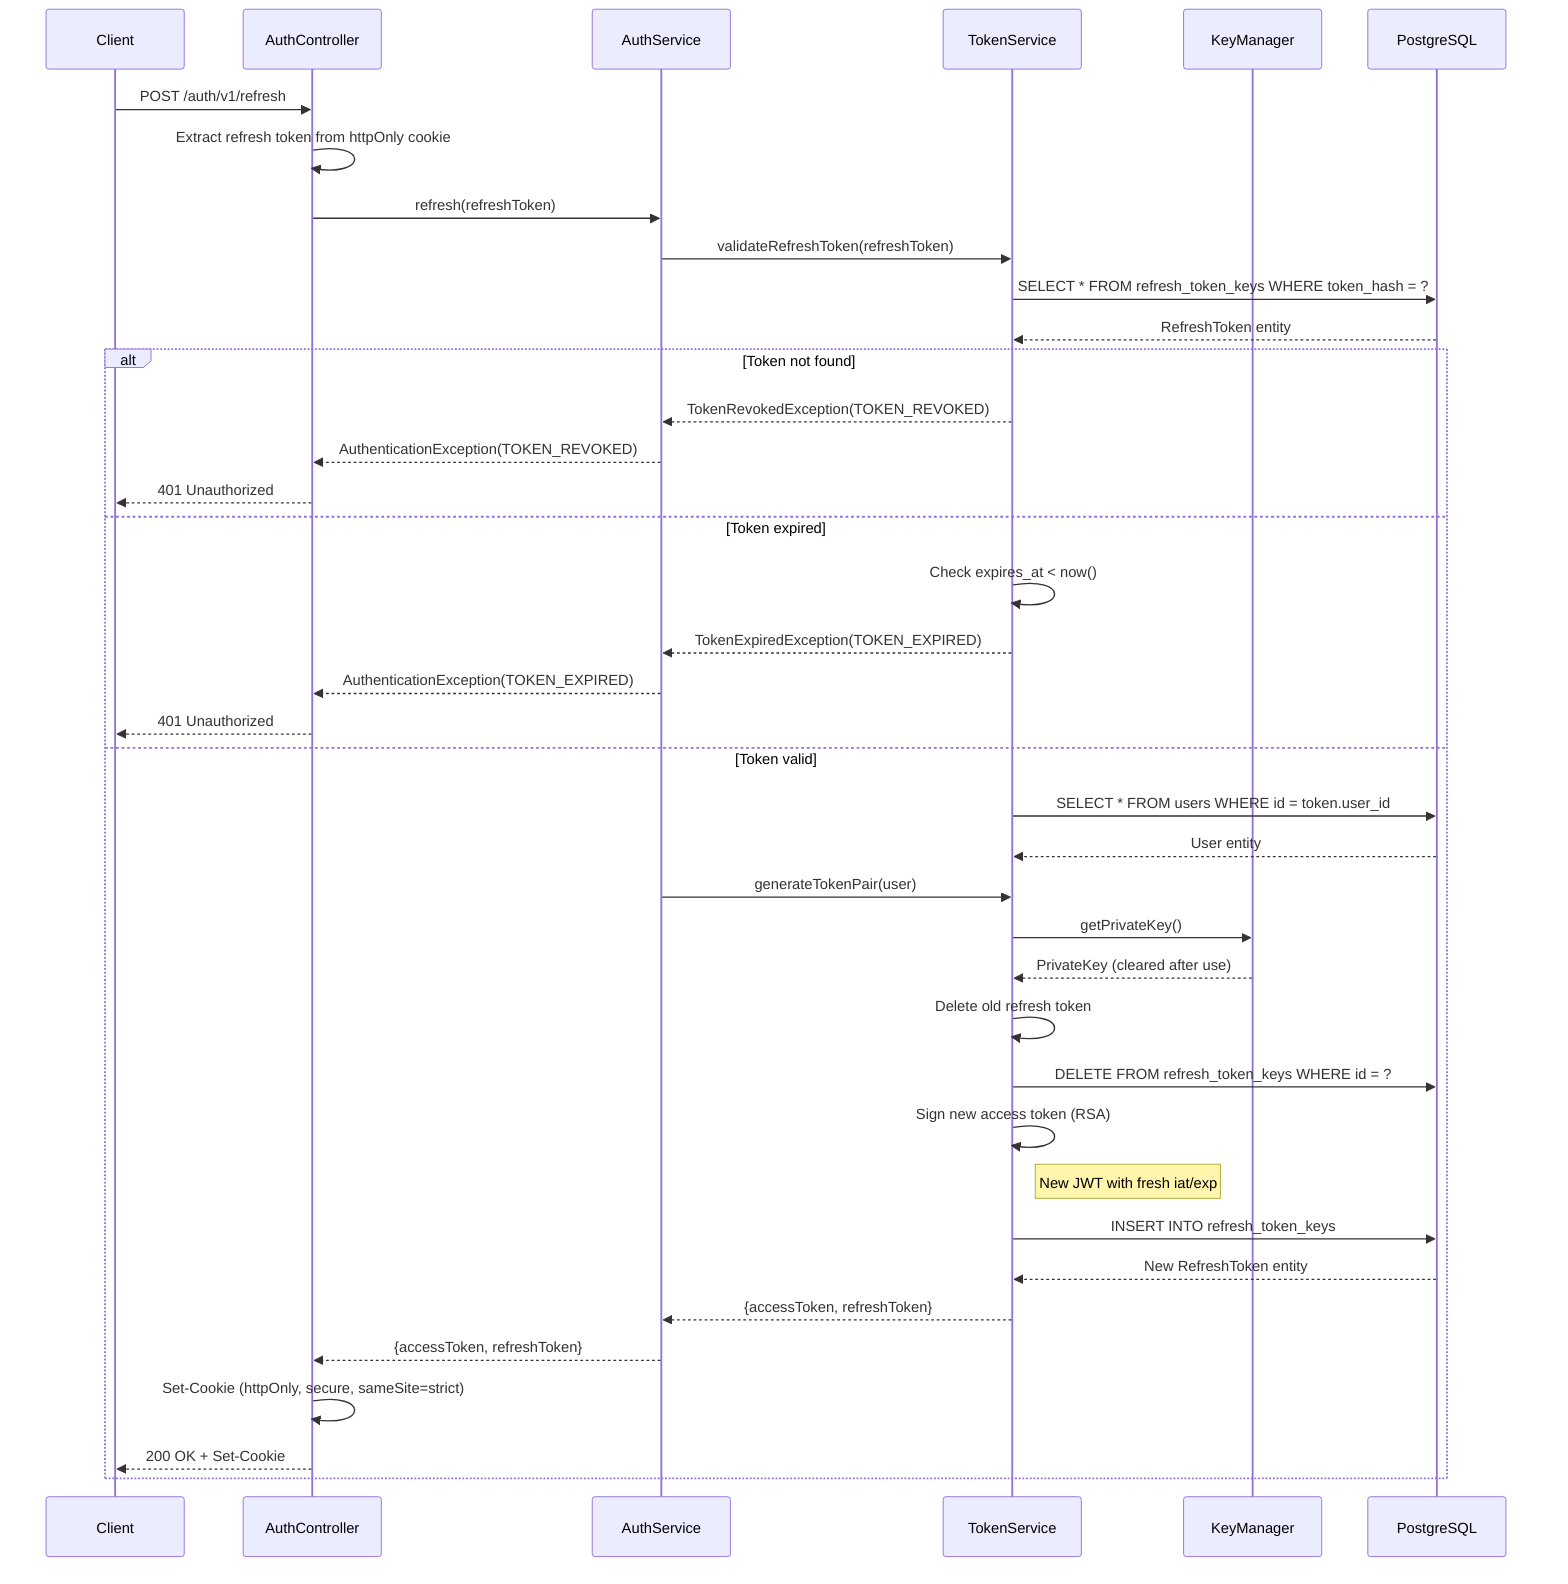
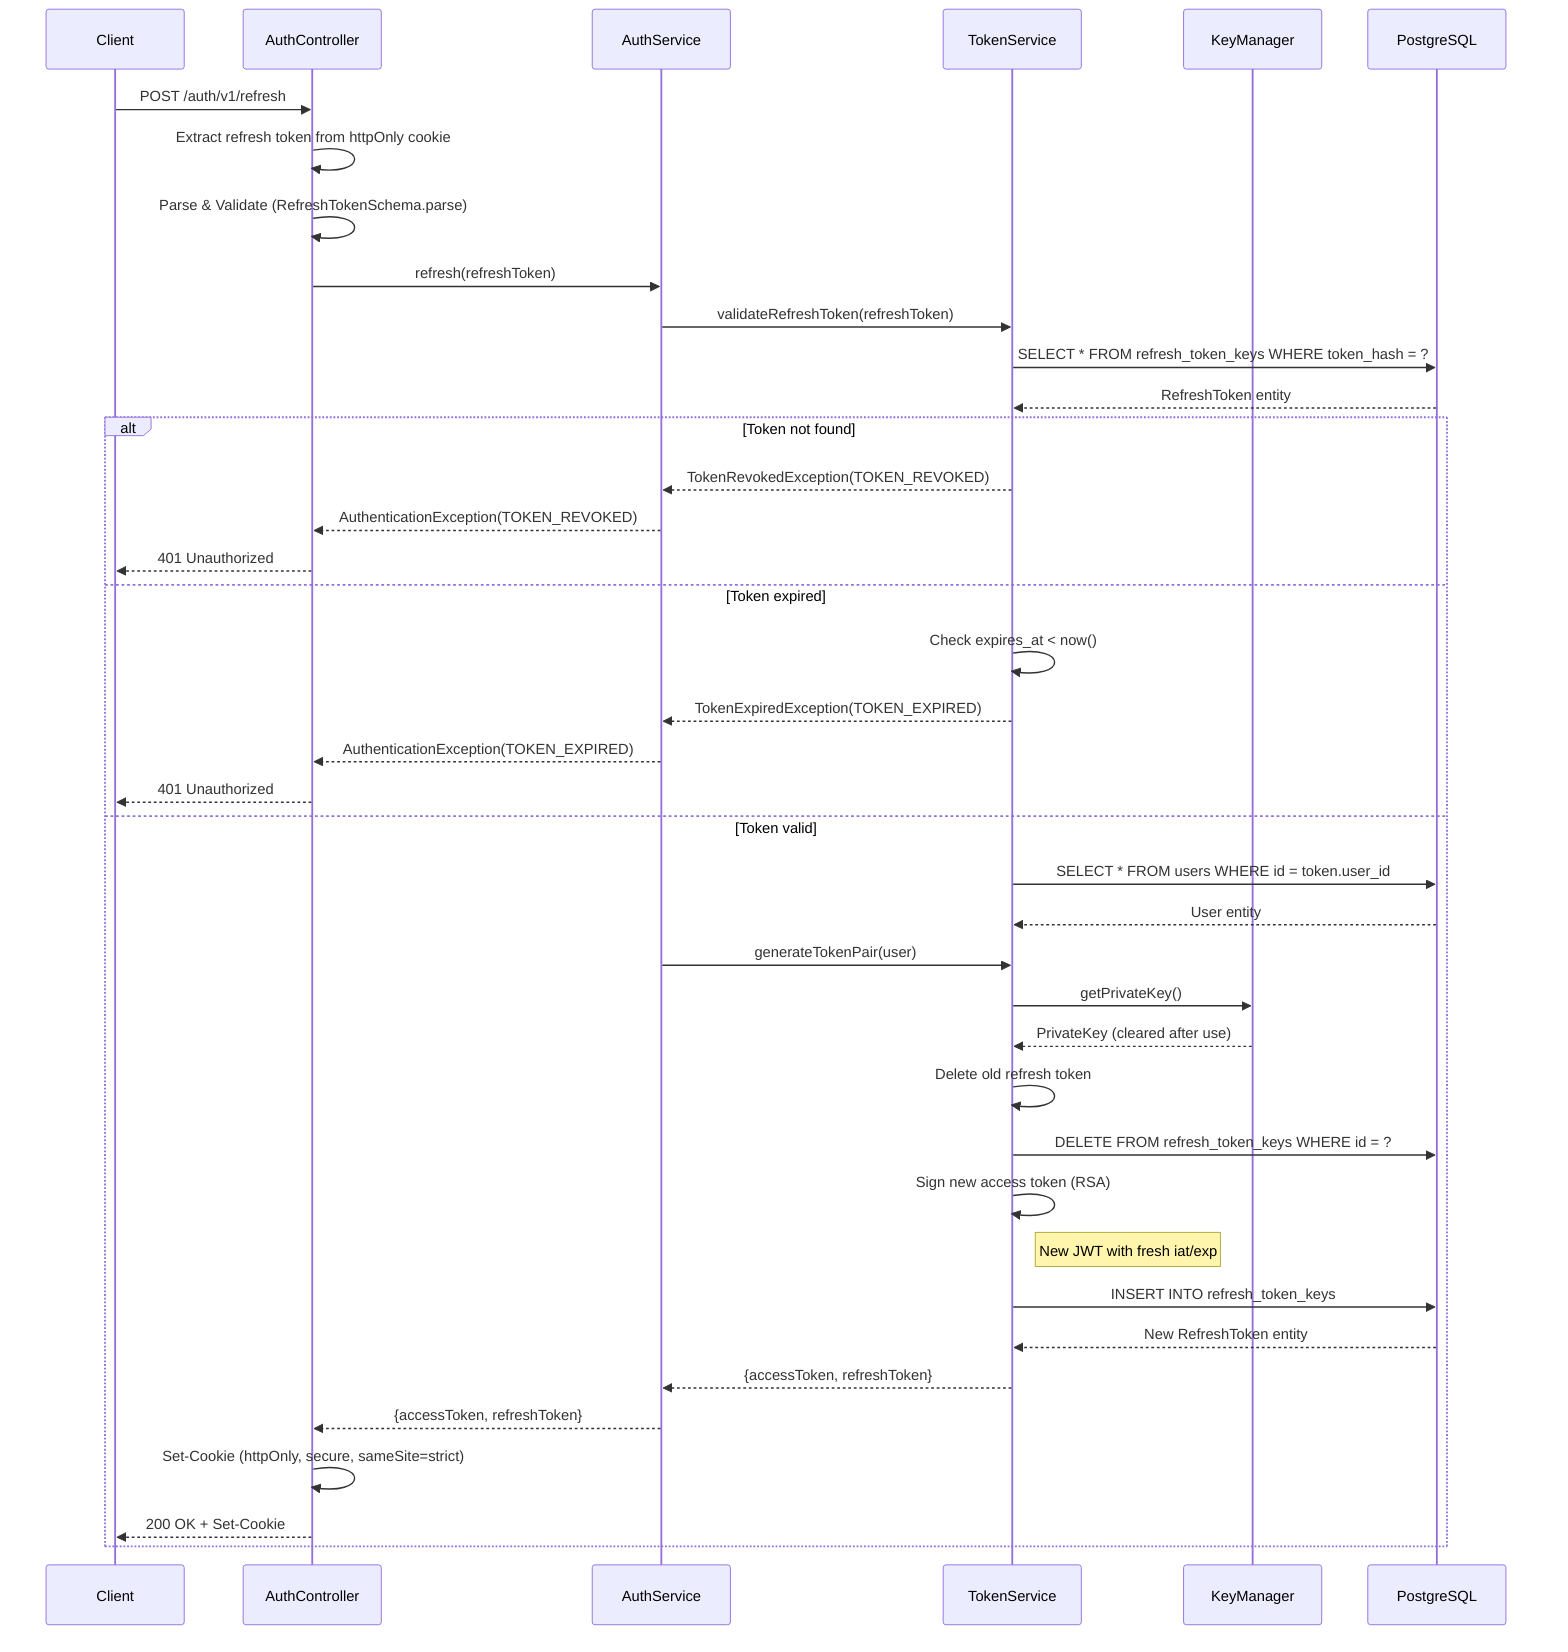
%% Token Refresh Sequence
%% Maps to: FR-3, FR-6, FR-7

sequenceDiagram
    participant Client
    participant AuthController
    participant AuthService
    participant TokenService
    participant KeyManager
    participant PostgreSQL

    Client->>AuthController: POST /auth/v1/refresh
    AuthController->>AuthController: Extract refresh token from httpOnly cookie
+     AuthController->>AuthController: Parse & Validate (RefreshTokenSchema.parse)

    AuthController->>AuthService: refresh(refreshToken)

    AuthService->>TokenService: validateRefreshToken(refreshToken)
    TokenService->>PostgreSQL: SELECT * FROM refresh_token_keys WHERE token_hash = ?
    PostgreSQL-->>TokenService: RefreshToken entity

    alt Token not found
        TokenService-->>AuthService: TokenRevokedException(TOKEN_REVOKED)
        AuthService-->>AuthController: AuthenticationException(TOKEN_REVOKED)
        AuthController-->>Client: 401 Unauthorized
    else Token expired
        TokenService->>TokenService: Check expires_at < now()
        TokenService-->>AuthService: TokenExpiredException(TOKEN_EXPIRED)
        AuthService-->>AuthController: AuthenticationException(TOKEN_EXPIRED)
        AuthController-->>Client: 401 Unauthorized
    else Token valid
        TokenService->>PostgreSQL: SELECT * FROM users WHERE id = token.user_id
        PostgreSQL-->>TokenService: User entity

        AuthService->>TokenService: generateTokenPair(user)
        TokenService->>KeyManager: getPrivateKey()
        KeyManager-->>TokenService: PrivateKey (cleared after use)

        TokenService->>TokenService: Delete old refresh token
        TokenService->>PostgreSQL: DELETE FROM refresh_token_keys WHERE id = ?

        TokenService->>TokenService: Sign new access token (RSA)
        Note right of TokenService: New JWT with fresh iat/exp

        TokenService->>PostgreSQL: INSERT INTO refresh_token_keys
        PostgreSQL-->>TokenService: New RefreshToken entity

        TokenService-->>AuthService: {accessToken, refreshToken}
        AuthService-->>AuthController: {accessToken, refreshToken}

        AuthController->>AuthController: Set-Cookie (httpOnly, secure, sameSite=strict)
        AuthController-->>Client: 200 OK + Set-Cookie
    end
